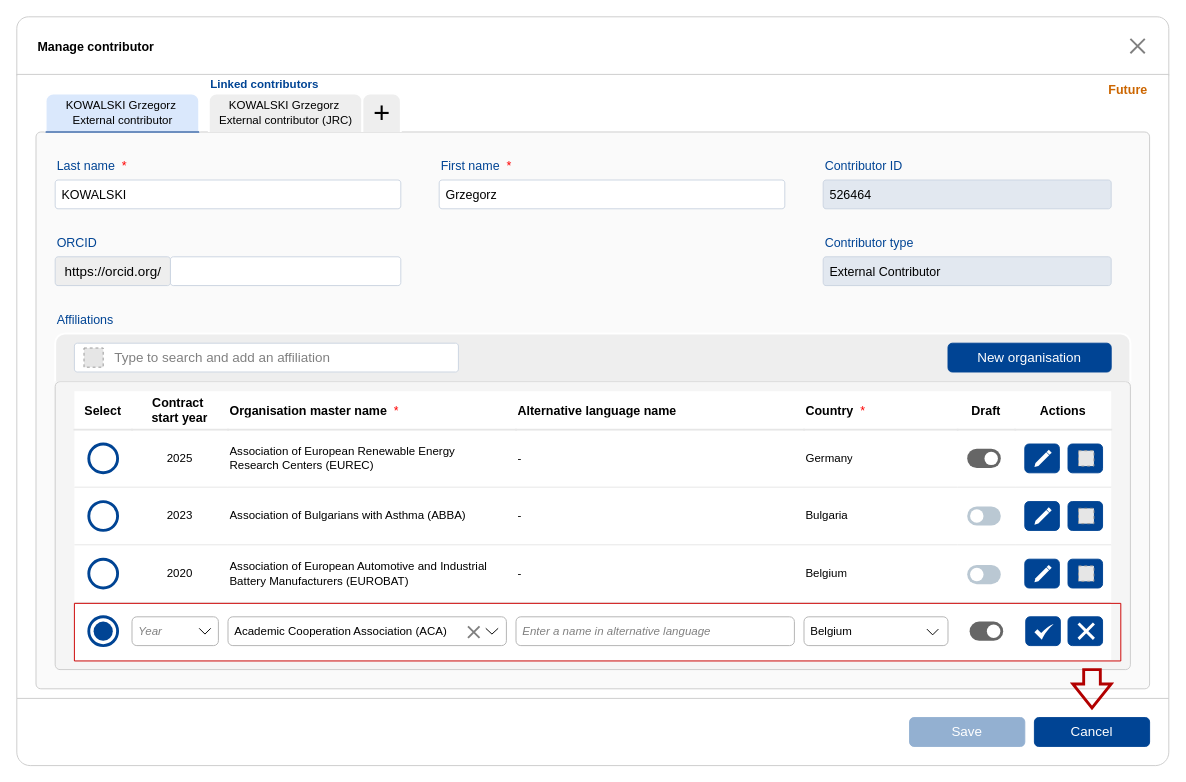
Above: page "Page-Edit_contributor_add_exist" (12 of 24) of test_corporate_contributors_ver_4.drawio in RyszardBudzinski/PUBSY_mockups (draw.io), before the change. Source tidied: cells renumbered, new cells numbered last; positions are measured from the earlier drawing's top-left corner, leaving out a move shared by most shapes. Both pictures are drawn from the tidied source at 96%, with x=0, y=0 at pixel (16, 16). Pictures stored in the file or linked from it are replaced by grey dashed boxes.
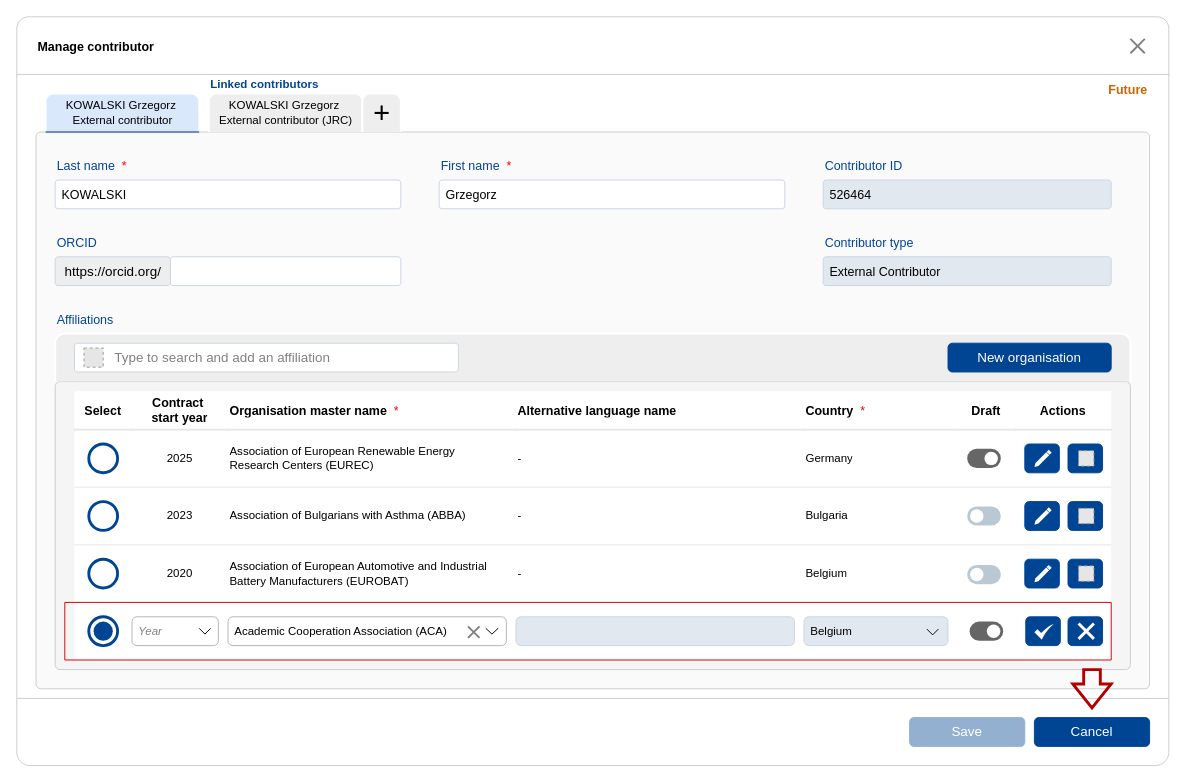
Above is the later version.

Unchanged cells that the change refers to:
```xml
<mxCell id="93" style="shape=partialRectangle;html=1;whiteSpace=wrap;strokeColor=inherit;overflow=hidden;fillColor=none;top=0;left=0;bottom=0;right=0;align=left;spacing=2;spacingRight=10;" parent="80" vertex="1">
  <mxGeometry x="460" width="300" height="60" as="geometry" />
</mxCell>
<mxCell id="96" style="group;absoluteArcSize=1;" parent="95" vertex="1">
  <mxGeometry y="15" width="150" height="30" as="geometry" />
</mxCell>
```

Diff of the diagram source:
```diff
@@
-    <mxCell id="94" value="Enter a name in alternative language" style="rounded=1;whiteSpace=wrap;html=1;arcSize=10;align=left;spacingLeft=5;strokeColor=#B3B3B3;labelPadding=0;absoluteArcSize=1;fontColor=light-dark(#808080,#808080);fontStyle=2;" parent="93" vertex="1">
+    <mxCell id="94" style="rounded=1;whiteSpace=wrap;html=1;arcSize=10;align=left;spacingLeft=5;strokeColor=#CBD5E1;labelPadding=0;absoluteArcSize=1;fontColor=light-dark(#808080,#808080);fontStyle=2;fillColor=#E2E8F0;" parent="93" vertex="1">
       <mxGeometry y="15" width="290" height="30" as="geometry" />
     </mxCell>
@@
-    <mxCell id="97" value="Belgium" style="rounded=1;whiteSpace=wrap;html=1;arcSize=10;align=left;spacingLeft=5;strokeColor=#B3B3B3;labelPadding=0;absoluteArcSize=1;fontColor=light-dark(#000000,#000000);fontStyle=0;" parent="96" vertex="1">
+    <mxCell id="97" value="Belgium" style="rounded=1;whiteSpace=wrap;html=1;arcSize=10;align=left;spacingLeft=5;strokeColor=#CBD5E1;labelPadding=0;absoluteArcSize=1;fontColor=light-dark(#000000,#000000);fontStyle=0;fillColor=#E2E8F0;" parent="96" vertex="1">
       <mxGeometry width="150" height="30" as="geometry" />
     </mxCell>
@@
-    <mxCell id="110" value="External Contributor" style="verticalLabelPosition=middle;verticalAlign=middle;html=1;shape=mxgraph.basic.rect;fillColor2=none;strokeWidth=1;size=10;indent=5;labelPosition=center;align=left;spacingLeft=5;fontSize=13;rectStyle=rounded;absoluteCornerSize=0;strokeColor=light-dark(#CBD5E1,#C2C7CF);fillColor=light-dark(#e2e8f0, #ededed);" parent="1" vertex="1">
+    <mxCell id="110" value="External Contributor" style="verticalLabelPosition=middle;verticalAlign=middle;html=1;shape=mxgraph.basic.rect;fillColor2=none;strokeWidth=1;size=10;indent=5;labelPosition=center;align=left;spacingLeft=5;fontSize=13;rectStyle=rounded;absoluteCornerSize=0;strokeColor=light-dark(#CBD5E1,#CBD5E1);fillColor=light-dark(#e2e8f0, #ededed);" parent="1" vertex="1">
       <mxGeometry x="840" y="250" width="300" height="30" as="geometry" />
     </mxCell>
@@
+    <mxCell id="122" style="verticalLabelPosition=bottom;verticalAlign=top;html=1;shape=mxgraph.basic.rect;fillColor2=none;strokeWidth=1;size=20;indent=5;fillColor=none;strokeColor=#CC0000;" parent="1" vertex="1">
+      <mxGeometry x="50" y="610" width="1090" height="60" as="geometry" />
+    </mxCell>
@@
-    <mxCell id="122" style="verticalLabelPosition=bottom;verticalAlign=top;html=1;shape=mxgraph.basic.rect;fillColor2=none;strokeWidth=1;size=20;indent=5;fillColor=none;strokeColor=#CC0000;" parent="1" vertex="1">
-      <mxGeometry x="60" y="611" width="1090" height="60" as="geometry" />
-    </mxCell>
```
